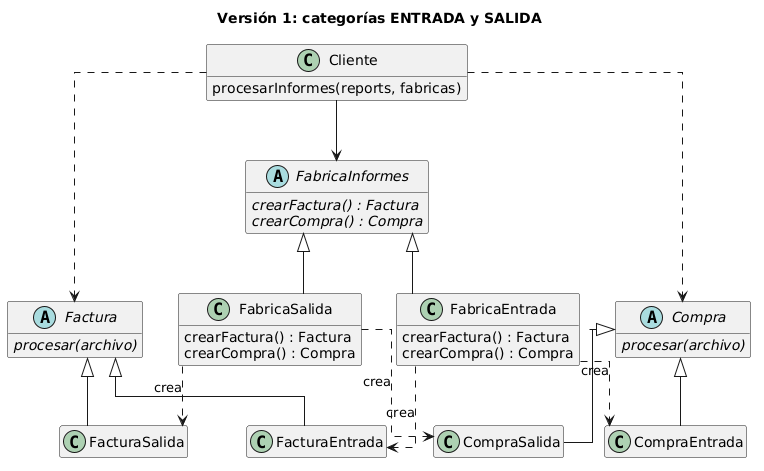
The PlantUML diagram docs/uml/Versión_1.png in diegohenao819/abstract-factory-informes, before a commit. The source it was exported from:
```plantuml
@startuml
title Versión 1: categorías ENTRADA y SALIDA
skinparam classAttributeIconSize 0
skinparam linetype ortho
hide empty members

class Cliente {
  procesarInformes(reports, fabricas)
}

abstract class FabricaInformes {
  {abstract} crearFactura() : Factura
  {abstract} crearCompra() : Compra
}

class FabricaEntrada {
  crearFactura() : Factura
  crearCompra() : Compra
}

class FabricaSalida {
  crearFactura() : Factura
  crearCompra() : Compra
}

abstract class Factura {
  {abstract} procesar(archivo)
}

abstract class Compra {
  {abstract} procesar(archivo)
}

class FacturaEntrada
class CompraEntrada
class FacturaSalida
class CompraSalida

Cliente --> FabricaInformes
Cliente ..> Factura
Cliente ..> Compra

FabricaInformes <|-- FabricaEntrada
FabricaInformes <|-- FabricaSalida

Factura <|-- FacturaEntrada
Factura <|-- FacturaSalida
Compra <|-- CompraEntrada
Compra <|-- CompraSalida

FabricaEntrada ..> FacturaEntrada : crea
FabricaEntrada ..> CompraEntrada : crea
FabricaSalida ..> FacturaSalida : crea
FabricaSalida ..> CompraSalida : crea
@enduml
```
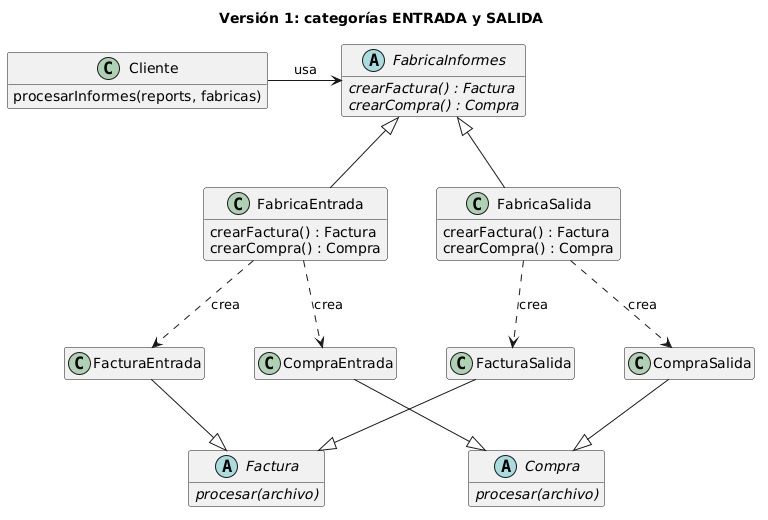
The same diagram one commit later.

What changed in the source:
```diff
@@ -1,7 +1,8 @@
 @startuml
 title Versión 1: categorías ENTRADA y SALIDA
 skinparam classAttributeIconSize 0
-skinparam linetype ortho
+skinparam nodesep 50
+skinparam ranksep 70
 hide empty members
 
 class Cliente {
@@ -23,6 +24,16 @@
   crearCompra() : Compra
 }
 
+together {
+  class FacturaEntrada
+  class CompraEntrada
+}
+
+together {
+  class FacturaSalida
+  class CompraSalida
+}
+
 abstract class Factura {
   {abstract} procesar(archivo)
 }
@@ -31,25 +42,18 @@
   {abstract} procesar(archivo)
 }
 
-class FacturaEntrada
-class CompraEntrada
-class FacturaSalida
-class CompraSalida
+Cliente -right-> FabricaInformes : usa
 
-Cliente --> FabricaInformes
-Cliente ..> Factura
-Cliente ..> Compra
+FabricaInformes <|-down- FabricaEntrada
+FabricaInformes <|-down- FabricaSalida
 
-FabricaInformes <|-- FabricaEntrada
-FabricaInformes <|-- FabricaSalida
+FabricaEntrada .down.> FacturaEntrada : crea
+FabricaEntrada .down.> CompraEntrada : crea
+FabricaSalida .down.> FacturaSalida : crea
+FabricaSalida .down.> CompraSalida : crea
 
-Factura <|-- FacturaEntrada
-Factura <|-- FacturaSalida
-Compra <|-- CompraEntrada
-Compra <|-- CompraSalida
-
-FabricaEntrada ..> FacturaEntrada : crea
-FabricaEntrada ..> CompraEntrada : crea
-FabricaSalida ..> FacturaSalida : crea
-FabricaSalida ..> CompraSalida : crea
+FacturaEntrada -down-|> Factura
+FacturaSalida -down-|> Factura
+CompraEntrada -down-|> Compra
+CompraSalida -down-|> Compra
 @enduml
```
